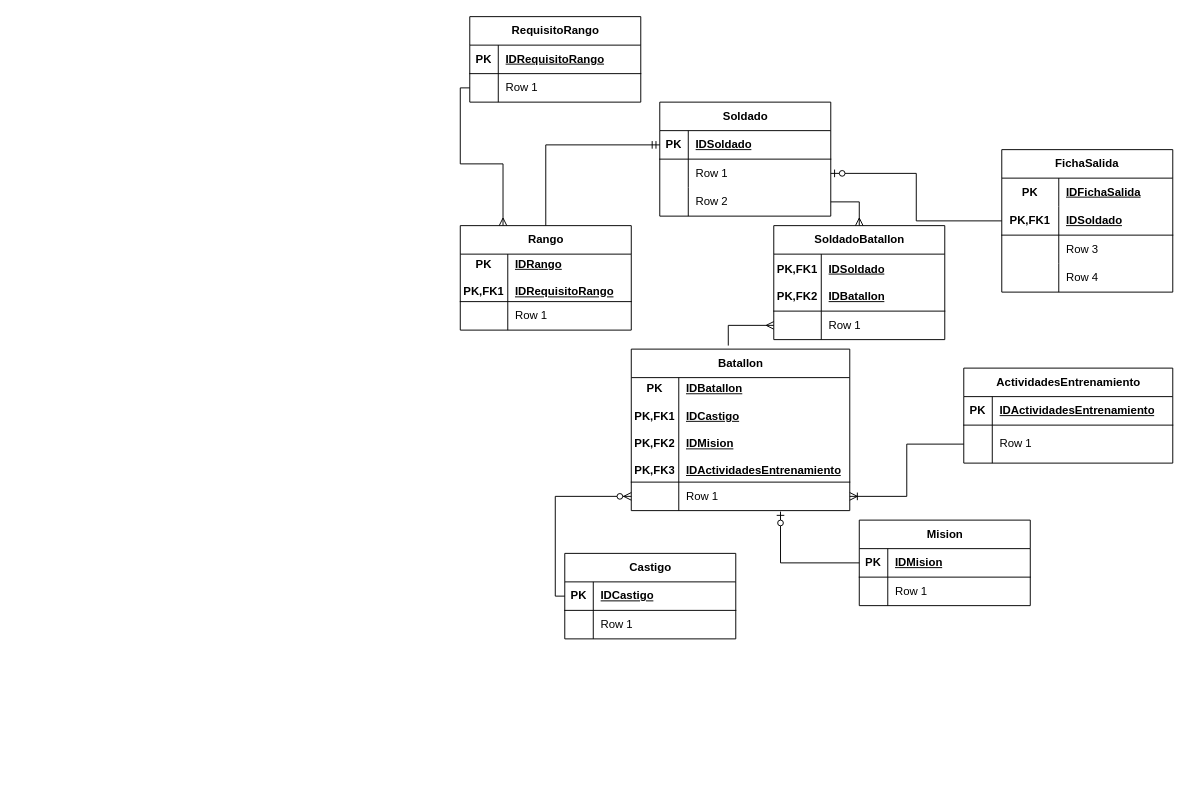
Before: Ejercito.drawio in Rafael454Gonzalez/django-portfolio-simple, a draw.io diagram. Source tidied: cells renumbered, new cells numbered last; positions are measured from the earlier drawing's top-left corner, leaving out a move shared by most shapes. Both pictures are drawn from the tidied source at 95%, with x=0, y=0 at pixel (460, 16).
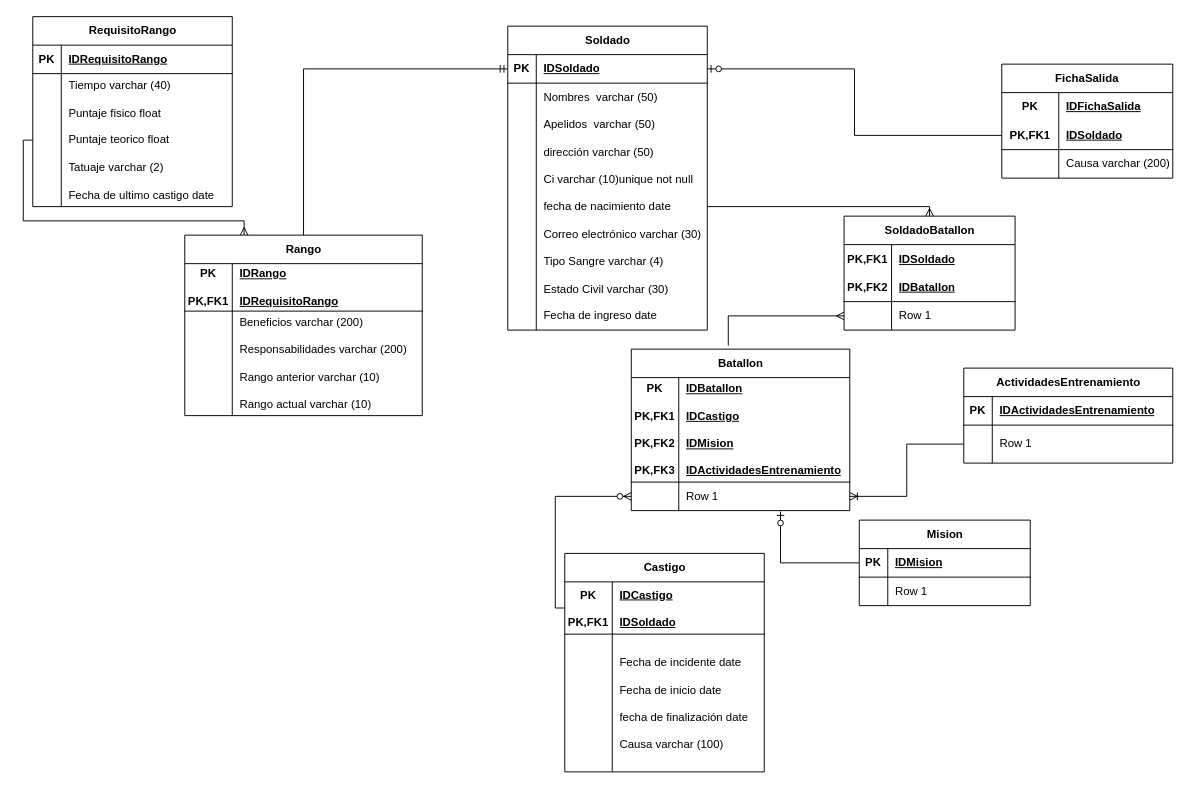
The same page after the edit.

The change refers to these unchanged cells:
```xml
<mxCell id="16" style="shape=tableRow;horizontal=0;startSize=0;swimlaneHead=0;swimlaneBody=0;fillColor=none;points=[[0,0.5],[1,0.5]];portConstraint=eastwest;top=0;left=0;right=0;bottom=1;html=1;" parent="12" vertex="1">
  <mxGeometry y="60" width="180" height="30" as="geometry" />
</mxCell>
<mxCell id="19" style="shape=tableRow;horizontal=0;startSize=0;swimlaneHead=0;swimlaneBody=0;fillColor=none;top=0;left=0;right=0;bottom=0;html=1;" parent="12" vertex="1">
  <mxGeometry y="90" width="180" height="30" as="geometry" />
</mxCell>
```

What changed in the source:
```diff
@@
     <mxCell id="2" value="Soldado" style="shape=table;startSize=30;childLayout=tableLayout;rowLines=0;fontStyle=1;align=center;html=1;" parent="1" vertex="1">
-      <mxGeometry x="210" y="90" width="180" height="120" as="geometry" />
+      <mxGeometry x="50" y="10" width="210" height="320" as="geometry" />
     </mxCell>
     <mxCell id="3" style="shape=tableRow;horizontal=0;startSize=0;swimlaneHead=0;swimlaneBody=0;fillColor=none;points=[[0,0.5],[1,0.5]];portConstraint=eastwest;top=0;left=0;right=0;bottom=1;" parent="2" vertex="1">
-      <mxGeometry y="30" width="180" height="30" as="geometry" />
+      <mxGeometry y="30" width="210" height="30" as="geometry" />
     </mxCell>
@@
     <mxCell id="5" value="IDSoldado" style="shape=partialRectangle;fillColor=none;top=0;left=0;bottom=0;right=0;align=left;spacingLeft=6;fontStyle=5;overflow=hidden;whiteSpace=wrap;html=1;" parent="3" vertex="1">
-      <mxGeometry x="30" width="150" height="30" as="geometry" />
+      <mxGeometry x="30" width="180" height="30" as="geometry" />
     </mxCell>
     <mxCell id="6" style="shape=tableRow;horizontal=0;startSize=0;swimlaneHead=0;swimlaneBody=0;fillColor=none;points=[[0,0.5],[1,0.5]];portConstraint=eastwest;top=0;left=0;right=0;bottom=0;" parent="2" vertex="1">
-      <mxGeometry y="60" width="180" height="30" as="geometry" />
+      <mxGeometry y="60" width="210" height="260" as="geometry" />
     </mxCell>
     <mxCell id="7" style="shape=partialRectangle;fillColor=none;top=0;left=0;bottom=0;right=0;overflow=hidden;whiteSpace=wrap;html=1;" parent="6" vertex="1">
-      <mxGeometry width="30" height="30" as="geometry" />
+      <mxGeometry width="30" height="260" as="geometry" />
     </mxCell>
-    <mxCell id="8" value="Row 1" style="shape=partialRectangle;fillColor=none;top=0;left=0;bottom=0;right=0;align=left;spacingLeft=6;overflow=hidden;whiteSpace=wrap;html=1;" parent="6" vertex="1">
-      <mxGeometry x="30" width="150" height="30" as="geometry" />
+    <mxCell id="8" value="&lt;font style=&quot;border-color: var(--border-color); vertical-align: inherit;&quot;&gt;Nombres&amp;nbsp;&lt;/font&gt;&lt;font style=&quot;border-color: var(--border-color); vertical-align: inherit;&quot;&gt;&amp;nbsp;varchar (50)&lt;/font&gt;&lt;br style=&quot;border-color: var(--border-color);&quot;&gt;&lt;br style=&quot;border-color: var(--border-color);&quot;&gt;&lt;font style=&quot;border-color: var(--border-color); vertical-align: inherit;&quot;&gt;&lt;font style=&quot;border-color: var(--border-color); vertical-align: inherit;&quot;&gt;&lt;font style=&quot;border-color: var(--border-color); vertical-align: inherit;&quot;&gt;&lt;font style=&quot;border-color: var(--border-color); vertical-align: inherit;&quot;&gt;&lt;font style=&quot;border-color: var(--border-color); vertical-align: inherit;&quot;&gt;&lt;font style=&quot;border-color: var(--border-color); vertical-align: inherit;&quot;&gt;&lt;font style=&quot;border-color: var(--border-color); vertical-align: inherit;&quot;&gt;&lt;font style=&quot;border-color: var(--border-color); vertical-align: inherit;&quot;&gt;&lt;font style=&quot;border-color: var(--border-color); vertical-align: inherit;&quot;&gt;&lt;font style=&quot;border-color: var(--border-color); vertical-align: inherit;&quot;&gt;&lt;font style=&quot;border-color: var(--border-color); vertical-align: inherit;&quot;&gt;&lt;font style=&quot;border-color: var(--border-color); vertical-align: inherit;&quot;&gt;&lt;font style=&quot;border-color: var(--border-color); vertical-align: inherit;&quot;&gt;&lt;font style=&quot;border-color: var(--border-color); vertical-align: inherit;&quot;&gt;&lt;font style=&quot;border-color: var(--border-color); vertical-align: inherit;&quot;&gt;&lt;font style=&quot;border-color: var(--border-color); vertical-align: inherit;&quot;&gt;&lt;font style=&quot;border-color: var(--border-color); vertical-align: inherit;&quot;&gt;&lt;font style=&quot;border-color: var(--border-color); vertical-align: inherit;&quot;&gt;&lt;font style=&quot;border-color: var(--border-color); vertical-align: inherit;&quot;&gt;&lt;font style=&quot;border-color: var(--border-color); vertical-align: inherit;&quot;&gt;&lt;font style=&quot;border-color: var(--border-color); vertical-align: inherit;&quot;&gt;Apelidos&amp;nbsp;&lt;/font&gt;&lt;/font&gt;&lt;/font&gt;&lt;/font&gt;&lt;/font&gt;&lt;/font&gt;&lt;/font&gt;&lt;/font&gt;&lt;/font&gt;&lt;/font&gt;&lt;/font&gt;&lt;/font&gt;&lt;/font&gt;&lt;/font&gt;&lt;/font&gt;&lt;/font&gt;&lt;/font&gt;&lt;/font&gt;&lt;/font&gt;&lt;/font&gt;&lt;font style=&quot;border-color: var(--border-color); vertical-align: inherit;&quot;&gt;&lt;font style=&quot;border-color: var(--border-color); vertical-align: inherit;&quot;&gt;&lt;font style=&quot;border-color: var(--border-color); vertical-align: inherit;&quot;&gt;&lt;font style=&quot;border-color: var(--border-color); vertical-align: inherit;&quot;&gt;&lt;font style=&quot;border-color: var(--border-color); vertical-align: inherit;&quot;&gt;&lt;font style=&quot;border-color: var(--border-color); vertical-align: inherit;&quot;&gt;&lt;font style=&quot;border-color: var(--border-color); vertical-align: inherit;&quot;&gt;&lt;font style=&quot;border-color: var(--border-color); vertical-align: inherit;&quot;&gt;&amp;nbsp;varchar (50)&lt;/font&gt;&lt;/font&gt;&lt;/font&gt;&lt;/font&gt;&lt;/font&gt;&lt;/font&gt;&lt;/font&gt;&lt;/font&gt;&lt;br style=&quot;border-color: var(--border-color);&quot;&gt;&lt;/font&gt;&lt;br style=&quot;border-color: var(--border-color);&quot;&gt;&lt;font style=&quot;border-color: var(--border-color); vertical-align: inherit;&quot;&gt;&lt;font style=&quot;border-color: var(--border-color); vertical-align: inherit;&quot;&gt;&lt;font style=&quot;border-color: var(--border-color); vertical-align: inherit;&quot;&gt;&lt;font style=&quot;border-color: var(--border-color); vertical-align: inherit;&quot;&gt;&lt;font style=&quot;border-color: var(--border-color); vertical-align: inherit;&quot;&gt;&lt;font style=&quot;border-color: var(--border-color); vertical-align: inherit;&quot;&gt;&lt;font style=&quot;border-color: var(--border-color); vertical-align: inherit;&quot;&gt;&lt;font style=&quot;border-color: var(--border-color); vertical-align: inherit;&quot;&gt;&lt;font style=&quot;border-color: var(--border-color); vertical-align: inherit;&quot;&gt;&lt;font style=&quot;border-color: var(--border-color); vertical-align: inherit;&quot;&gt;&lt;font style=&quot;border-color: var(--border-color); vertical-align: inherit;&quot;&gt;&lt;font style=&quot;border-color: var(--border-color); vertical-align: inherit;&quot;&gt;&lt;font style=&quot;border-color: var(--border-color); vertical-align: inherit;&quot;&gt;&lt;font style=&quot;border-color: var(--border-color); vertical-align: inherit;&quot;&gt;&lt;font style=&quot;border-color: var(--border-color); vertical-align: inherit;&quot;&gt;&lt;font style=&quot;border-color: var(--border-color); vertical-align: inherit;&quot;&gt;&lt;font style=&quot;border-color: var(--border-color); vertical-align: inherit;&quot;&gt;dirección&amp;nbsp;&lt;/font&gt;&lt;/font&gt;&lt;/font&gt;&lt;/font&gt;&lt;/font&gt;&lt;/font&gt;&lt;/font&gt;&lt;/font&gt;&lt;/font&gt;&lt;/font&gt;&lt;/font&gt;&lt;/font&gt;&lt;/font&gt;&lt;/font&gt;&lt;/font&gt;&lt;/font&gt;&lt;font style=&quot;border-color: var(--border-color); vertical-align: inherit;&quot;&gt;&lt;font style=&quot;border-color: var(--border-color); vertical-align: inherit;&quot;&gt;&lt;font style=&quot;border-color: var(--border-color); vertical-align: inherit;&quot;&gt;&lt;font style=&quot;border-color: var(--border-color); vertical-align: inherit;&quot;&gt;&lt;font style=&quot;border-color: var(--border-color); vertical-align: inherit;&quot;&gt;&lt;font style=&quot;border-color: var(--border-color); vertical-align: inherit;&quot;&gt;&lt;font style=&quot;border-color: var(--border-color); vertical-align: inherit;&quot;&gt;&lt;font style=&quot;border-color: var(--border-color); vertical-align: inherit;&quot;&gt;varchar (50)&lt;/font&gt;&lt;/font&gt;&lt;/font&gt;&lt;/font&gt;&lt;/font&gt;&lt;/font&gt;&lt;/font&gt;&lt;/font&gt;&lt;br style=&quot;border-color: var(--border-color);&quot;&gt;&lt;/font&gt;&lt;br style=&quot;border-color: var(--border-color);&quot;&gt;&lt;font style=&quot;border-color: var(--border-color); vertical-align: inherit;&quot;&gt;Ci varchar (10)unique not null&lt;/font&gt;&lt;br style=&quot;border-color: var(--border-color);&quot;&gt;&lt;br style=&quot;border-color: var(--border-color);&quot;&gt;&lt;div style=&quot;border-color: var(--border-color);&quot;&gt;&lt;font style=&quot;border-color: var(--border-color); vertical-align: inherit;&quot;&gt;fecha de nacimiento date&lt;/font&gt;&lt;/div&gt;&lt;div style=&quot;border-color: var(--border-color);&quot;&gt;&lt;font style=&quot;border-color: var(--border-color); vertical-align: inherit;&quot;&gt;&lt;br style=&quot;border-color: var(--border-color);&quot;&gt;&lt;/font&gt;&lt;/div&gt;&lt;div style=&quot;border-color: var(--border-color);&quot;&gt;&lt;font style=&quot;border-color: var(--border-color); vertical-align: inherit;&quot;&gt;Correo electrónico varchar (30)&lt;/font&gt;&lt;/div&gt;&lt;div style=&quot;border-color: var(--border-color);&quot;&gt;&lt;br style=&quot;border-color: var(--border-color);&quot;&gt;&lt;/div&gt;&lt;div style=&quot;border-color: var(--border-color);&quot;&gt;&lt;font style=&quot;border-color: var(--border-color); vertical-align: inherit;&quot;&gt;Tipo Sangre varchar (4)&lt;/font&gt;&lt;/div&gt;&lt;div style=&quot;border-color: var(--border-color);&quot;&gt;&lt;font style=&quot;border-color: var(--border-color); vertical-align: inherit;&quot;&gt;&lt;br style=&quot;border-color: var(--border-color);&quot;&gt;&lt;/font&gt;&lt;/div&gt;&lt;div style=&quot;border-color: var(--border-color);&quot;&gt;&lt;font style=&quot;border-color: var(--border-color); vertical-align: inherit;&quot;&gt;Estado Civil varchar (30)&lt;/font&gt;&lt;/div&gt;&lt;div style=&quot;border-color: var(--border-color);&quot;&gt;&lt;font style=&quot;border-color: var(--border-color); vertical-align: inherit;&quot;&gt;&lt;br&gt;&lt;/font&gt;&lt;/div&gt;&lt;div style=&quot;border-color: var(--border-color);&quot;&gt;&lt;font style=&quot;border-color: var(--border-color); vertical-align: inherit;&quot;&gt;Fecha de ingreso date&lt;br&gt;&lt;/font&gt;&lt;/div&gt;" style="shape=partialRectangle;fillColor=none;top=0;left=0;bottom=0;right=0;align=left;spacingLeft=6;overflow=hidden;whiteSpace=wrap;html=1;" parent="6" vertex="1">
+      <mxGeometry x="30" width="180" height="260" as="geometry" />
     </mxCell>
-    <mxCell id="9" style="shape=tableRow;horizontal=0;startSize=0;swimlaneHead=0;swimlaneBody=0;fillColor=none;points=[[0,0.5],[1,0.5]];portConstraint=eastwest;top=0;left=0;right=0;bottom=0;" parent="2" vertex="1">
-      <mxGeometry y="90" width="180" height="30" as="geometry" />
-    </mxCell>
-    <mxCell id="10" style="shape=partialRectangle;fillColor=none;top=0;left=0;bottom=0;right=0;overflow=hidden;whiteSpace=wrap;html=1;" parent="9" vertex="1">
-      <mxGeometry width="30" height="30" as="geometry" />
-    </mxCell>
-    <mxCell id="11" value="Row 2" style="shape=partialRectangle;fillColor=none;top=0;left=0;bottom=0;right=0;align=left;spacingLeft=6;overflow=hidden;whiteSpace=wrap;html=1;" parent="9" vertex="1">
-      <mxGeometry x="30" width="150" height="30" as="geometry" />
-    </mxCell>
     <mxCell id="12" value="FichaSalida" style="shape=table;startSize=30;childLayout=tableLayout;rowLines=0;fontStyle=1;align=center;html=1;whiteSpace=wrap;" parent="1" vertex="1">
-      <mxGeometry x="570" y="140" width="180" height="150" as="geometry" />
+      <mxGeometry x="570" y="50" width="180" height="120" as="geometry" />
     </mxCell>
@@
-    <mxCell id="21" value="Row 3" style="shape=partialRectangle;fillColor=none;top=0;left=0;bottom=0;right=0;align=left;spacingLeft=6;overflow=hidden;html=1;whiteSpace=wrap;" parent="19" vertex="1">
+    <mxCell id="21" value="Causa varchar (200)" style="shape=partialRectangle;fillColor=none;top=0;left=0;bottom=0;right=0;align=left;spacingLeft=6;overflow=hidden;html=1;whiteSpace=wrap;" parent="19" vertex="1">
       <mxGeometry x="60" width="120" height="30" as="geometry" />
     </mxCell>
-    <mxCell id="22" style="shape=tableRow;horizontal=0;startSize=0;swimlaneHead=0;swimlaneBody=0;fillColor=none;top=0;left=0;right=0;bottom=0;html=1;" parent="12" vertex="1">
-      <mxGeometry y="120" width="180" height="30" as="geometry" />
-    </mxCell>
-    <mxCell id="23" style="shape=partialRectangle;fillColor=none;top=0;left=0;bottom=0;right=0;overflow=hidden;html=1;whiteSpace=wrap;" parent="22" vertex="1">
-      <mxGeometry width="60" height="30" as="geometry" />
-    </mxCell>
-    <mxCell id="24" value="Row 4" style="shape=partialRectangle;fillColor=none;top=0;left=0;bottom=0;right=0;align=left;spacingLeft=6;overflow=hidden;html=1;whiteSpace=wrap;" parent="22" vertex="1">
-      <mxGeometry x="60" width="120" height="30" as="geometry" />
-    </mxCell>
-    <mxCell id="25" style="edgeStyle=orthogonalEdgeStyle;fontSize=12;html=1;endArrow=ERzeroToOne;endFill=1;rounded=0;entryX=1;entryY=0.5;entryDx=0;entryDy=0;exitX=0;exitY=0.5;exitDx=0;exitDy=0;" parent="1" edge="1" source="16" target="6">
+    <mxCell id="25" style="edgeStyle=orthogonalEdgeStyle;fontSize=12;html=1;endArrow=ERzeroToOne;endFill=1;rounded=0;exitX=0;exitY=0.5;exitDx=0;exitDy=0;" parent="1" edge="1" source="16" target="3">
       <mxGeometry relative="1" as="geometry" />
     </mxCell>
     <mxCell id="26" value="Rango" style="shape=table;startSize=30;childLayout=tableLayout;rowLines=0;fontStyle=1;align=center;html=1;" parent="1" vertex="1">
-      <mxGeometry y="220" width="180" height="110" as="geometry" />
+      <mxGeometry x="-290" y="230" width="250" height="190" as="geometry" />
     </mxCell>
     <mxCell id="27" style="shape=tableRow;horizontal=0;startSize=0;swimlaneHead=0;swimlaneBody=0;fillColor=none;top=0;left=0;right=0;bottom=1;" parent="26" vertex="1">
-      <mxGeometry y="30" width="180" height="50" as="geometry" />
+      <mxGeometry y="30" width="250" height="50" as="geometry" />
     </mxCell>
@@
     <mxCell id="29" value="IDRango&lt;br&gt;&lt;br&gt;IDRequisitoRango" style="shape=partialRectangle;fillColor=none;top=0;left=0;bottom=0;right=0;align=left;spacingLeft=6;fontStyle=5;overflow=hidden;whiteSpace=wrap;html=1;" parent="27" vertex="1">
-      <mxGeometry x="50" width="130" height="50" as="geometry" />
+      <mxGeometry x="50" width="200" height="50" as="geometry" />
     </mxCell>
     <mxCell id="30" style="shape=tableRow;horizontal=0;startSize=0;swimlaneHead=0;swimlaneBody=0;fillColor=none;top=0;left=0;right=0;bottom=0;" parent="26" vertex="1">
-      <mxGeometry y="80" width="180" height="30" as="geometry" />
+      <mxGeometry y="80" width="250" height="110" as="geometry" />
     </mxCell>
     <mxCell id="31" style="shape=partialRectangle;fillColor=none;top=0;left=0;bottom=0;right=0;overflow=hidden;whiteSpace=wrap;html=1;" parent="30" vertex="1">
-      <mxGeometry width="50" height="30" as="geometry" />
+      <mxGeometry width="50" height="110" as="geometry" />
     </mxCell>
-    <mxCell id="32" value="Row 1" style="shape=partialRectangle;fillColor=none;top=0;left=0;bottom=0;right=0;align=left;spacingLeft=6;overflow=hidden;whiteSpace=wrap;html=1;" parent="30" vertex="1">
-      <mxGeometry x="50" width="130" height="30" as="geometry" />
+    <mxCell id="32" value="Beneficios varchar (200)&lt;br&gt;&lt;br&gt;Responsabilidades varchar (200)&lt;br&gt;&lt;br&gt;Rango anterior varchar (10)&lt;br&gt;&lt;br&gt;Rango actual varchar (10)" style="shape=partialRectangle;fillColor=none;top=0;left=0;bottom=0;right=0;align=left;spacingLeft=6;overflow=hidden;whiteSpace=wrap;html=1;" parent="30" vertex="1">
+      <mxGeometry x="50" width="200" height="110" as="geometry" />
     </mxCell>
@@
     <mxCell id="34" value="Castigo" style="shape=table;startSize=30;childLayout=tableLayout;rowLines=0;fontStyle=1;align=center;html=1;" parent="1" vertex="1">
-      <mxGeometry x="110" y="565" width="180" height="90" as="geometry" />
+      <mxGeometry x="110" y="565" width="210" height="230" as="geometry" />
     </mxCell>
     <mxCell id="35" style="shape=tableRow;horizontal=0;startSize=0;swimlaneHead=0;swimlaneBody=0;fillColor=none;points=[[0,0.5],[1,0.5]];portConstraint=eastwest;top=0;left=0;right=0;bottom=1;" parent="34" vertex="1">
-      <mxGeometry y="30" width="180" height="30" as="geometry" />
+      <mxGeometry y="30" width="210" height="55" as="geometry" />
     </mxCell>
-    <mxCell id="36" value="PK" style="shape=partialRectangle;fillColor=none;top=0;left=0;bottom=0;right=0;fontStyle=1;overflow=hidden;whiteSpace=wrap;html=1;" parent="35" vertex="1">
-      <mxGeometry width="30" height="30" as="geometry" />
+    <mxCell id="36" value="PK&lt;br&gt;&lt;br&gt;PK,FK1" style="shape=partialRectangle;fillColor=none;top=0;left=0;bottom=0;right=0;fontStyle=1;overflow=hidden;whiteSpace=wrap;html=1;" parent="35" vertex="1">
+      <mxGeometry width="50" height="55" as="geometry" />
     </mxCell>
-    <mxCell id="37" value="IDCastigo" style="shape=partialRectangle;fillColor=none;top=0;left=0;bottom=0;right=0;align=left;spacingLeft=6;fontStyle=5;overflow=hidden;whiteSpace=wrap;html=1;" parent="35" vertex="1">
-      <mxGeometry x="30" width="150" height="30" as="geometry" />
+    <mxCell id="37" value="IDCastigo&lt;br&gt;&lt;br&gt;IDSoldado" style="shape=partialRectangle;fillColor=none;top=0;left=0;bottom=0;right=0;align=left;spacingLeft=6;fontStyle=5;overflow=hidden;whiteSpace=wrap;html=1;" parent="35" vertex="1">
+      <mxGeometry x="50" width="160" height="55" as="geometry" />
     </mxCell>
     <mxCell id="38" style="shape=tableRow;horizontal=0;startSize=0;swimlaneHead=0;swimlaneBody=0;fillColor=none;top=0;left=0;right=0;bottom=0;" parent="34" vertex="1">
-      <mxGeometry y="60" width="180" height="30" as="geometry" />
+      <mxGeometry y="85" width="210" height="145" as="geometry" />
     </mxCell>
     <mxCell id="39" style="shape=partialRectangle;fillColor=none;top=0;left=0;bottom=0;right=0;overflow=hidden;whiteSpace=wrap;html=1;" parent="38" vertex="1">
-      <mxGeometry width="30" height="30" as="geometry" />
+      <mxGeometry width="50" height="145" as="geometry" />
     </mxCell>
-    <mxCell id="40" value="Row 1" style="shape=partialRectangle;fillColor=none;top=0;left=0;bottom=0;right=0;align=left;spacingLeft=6;overflow=hidden;whiteSpace=wrap;html=1;" parent="38" vertex="1">
-      <mxGeometry x="30" width="150" height="30" as="geometry" />
+    <mxCell id="40" value="Fecha de incidente date&lt;br&gt;&lt;br&gt;Fecha de inicio date&lt;br&gt;&lt;br&gt;fecha de&amp;nbsp;finalización date&lt;br&gt;&lt;br&gt;Causa varchar (100)" style="shape=partialRectangle;fillColor=none;top=0;left=0;bottom=0;right=0;align=left;spacingLeft=6;overflow=hidden;whiteSpace=wrap;html=1;" parent="38" vertex="1">
+      <mxGeometry x="50" width="160" height="145" as="geometry" />
     </mxCell>
     <mxCell id="41" value="SoldadoBatallon" style="shape=table;startSize=30;childLayout=tableLayout;rowLines=0;fontStyle=1;align=center;html=1;" parent="1" vertex="1">
-      <mxGeometry x="330" y="220" width="180" height="120" as="geometry" />
+      <mxGeometry x="404" y="210" width="180" height="120" as="geometry" />
     </mxCell>
@@
-    <mxCell id="63" style="edgeStyle=orthogonalEdgeStyle;fontSize=12;html=1;endArrow=ERmany;rounded=0;exitX=1;exitY=0.5;exitDx=0;exitDy=0;entryX=0.5;entryY=0;entryDx=0;entryDy=0;" parent="1" edge="1" source="9" target="41">
+    <mxCell id="63" style="edgeStyle=orthogonalEdgeStyle;fontSize=12;html=1;endArrow=ERmany;rounded=0;exitX=1;exitY=0.5;exitDx=0;exitDy=0;entryX=0.5;entryY=0;entryDx=0;entryDy=0;" parent="1" edge="1" source="6" target="41">
       <mxGeometry relative="1" as="geometry" />
     </mxCell>
@@
     <mxCell id="74" value="RequisitoRango" style="shape=table;startSize=30;childLayout=tableLayout;rowLines=0;fontStyle=1;align=center;html=1;" parent="1" vertex="1">
-      <mxGeometry x="10" width="180" height="90" as="geometry" />
+      <mxGeometry x="-450" width="210" height="200" as="geometry" />
     </mxCell>
     <mxCell id="75" style="shape=tableRow;horizontal=0;startSize=0;swimlaneHead=0;swimlaneBody=0;fillColor=none;top=0;left=0;right=0;bottom=1;" parent="74" vertex="1">
-      <mxGeometry y="30" width="180" height="30" as="geometry" />
+      <mxGeometry y="30" width="210" height="30" as="geometry" />
     </mxCell>
@@
     <mxCell id="77" value="IDRequisitoRango" style="shape=partialRectangle;fillColor=none;top=0;left=0;bottom=0;right=0;align=left;spacingLeft=6;fontStyle=5;overflow=hidden;whiteSpace=wrap;html=1;" parent="75" vertex="1">
-      <mxGeometry x="30" width="150" height="30" as="geometry" />
+      <mxGeometry x="30" width="180" height="30" as="geometry" />
     </mxCell>
     <mxCell id="78" style="shape=tableRow;horizontal=0;startSize=0;swimlaneHead=0;swimlaneBody=0;fillColor=none;points=[[0,0.5],[1,0.5]];portConstraint=eastwest;top=0;left=0;right=0;bottom=0;" parent="74" vertex="1">
-      <mxGeometry y="60" width="180" height="30" as="geometry" />
+      <mxGeometry y="60" width="210" height="140" as="geometry" />
     </mxCell>
     <mxCell id="79" style="shape=partialRectangle;fillColor=none;top=0;left=0;bottom=0;right=0;overflow=hidden;whiteSpace=wrap;html=1;" parent="78" vertex="1">
-      <mxGeometry width="30" height="30" as="geometry" />
+      <mxGeometry width="30" height="140" as="geometry" />
     </mxCell>
-    <mxCell id="80" value="Row 1" style="shape=partialRectangle;fillColor=none;top=0;left=0;bottom=0;right=0;align=left;spacingLeft=6;overflow=hidden;whiteSpace=wrap;html=1;" parent="78" vertex="1">
-      <mxGeometry x="30" width="150" height="30" as="geometry" />
+    <mxCell id="80" value="Tiempo varchar (40)&lt;br&gt;&lt;br&gt;Puntaje fisico float&lt;br&gt;&lt;br&gt;Puntaje teorico float&lt;br&gt;&lt;br&gt;Tatuaje varchar (2)&lt;br&gt;&lt;br&gt;Fecha de ultimo castigo date" style="shape=partialRectangle;fillColor=none;top=0;left=0;bottom=0;right=0;align=left;spacingLeft=6;overflow=hidden;whiteSpace=wrap;html=1;" parent="78" vertex="1">
+      <mxGeometry x="30" width="180" height="140" as="geometry" />
     </mxCell>
```
